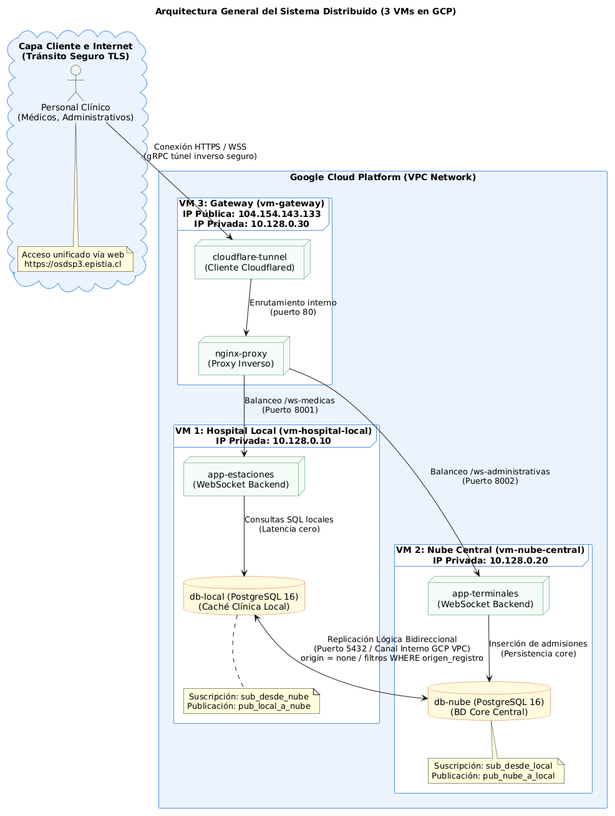
Before: Docs/arquitectura/arquitecturaV2.png, a diagram exported from PlantUML (maruzs/Proyecto-OSDS).
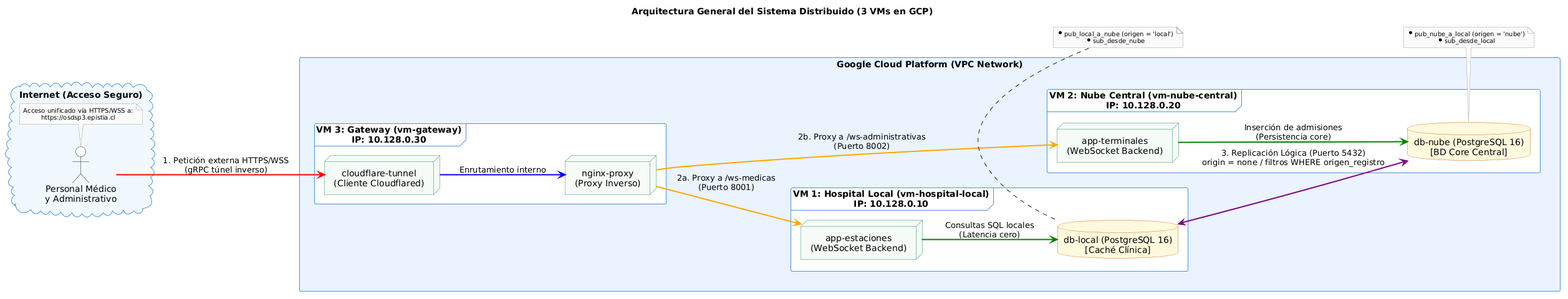
After the change.

Commit message:
Mejorar legibilidad del diagrama PlantUML: flujo de izquierda a derecha y pasos numerados

What changed in the source:
```diff
@@ -14,60 +14,72 @@
 skinparam node {
     BorderColor #2E8B57
     BackgroundColor #F4FBF7
+    FontName Arial
 }
 
 skinparam database {
     BorderColor #D2691E
     BackgroundColor #FFF8DC
+    FontName Arial
 }
 
-cloud "Capa Cliente e Internet\n(Tránsito Seguro TLS)" as INTERNET {
-    actor "Personal Clínico\n(Médicos, Administrativos)" as CLIENT
+skinparam note {
+    BorderColor #A0A0A0
+    BackgroundColor #FAFAFA
+    FontName Arial
+    FontSize 10
+}
 
+left to right direction
+
+cloud "Internet (Acceso Seguro)" as CAPA_CLIENTE #F0F9FF {
+    actor "Personal Médico\ny Administrativo" as CLIENT #FFFFFF
     note bottom of CLIENT
-        Acceso unificado vía web
+        Acceso unificado vía HTTPS/WSS a:
         https://osdsp3.epistia.cl
     end note
 }
 
 package "Google Cloud Platform (VPC Network)" as GCP #EAF3FF {
 
-    frame "VM 3: Gateway (vm-gateway)\nIP Pública: 104.154.143.133\nIP Privada: 10.128.0.30" as VM3 #FFFFFF {
-        node "nginx-proxy\n(Proxy Inverso)" as NGINX
-        node "cloudflare-tunnel\n(Cliente Cloudflared)" as TUNNEL
+    frame "VM 3: Gateway (vm-gateway)\nIP: 10.128.0.30" as VM3 #FFFFFF {
+        node "nginx-proxy\n(Proxy Inverso)" as NGINX #F4FBF7
+        node "cloudflare-tunnel\n(Cliente Cloudflared)" as TUNNEL #F4FBF7
 
-        TUNNEL --> NGINX : Enrutamiento interno\n(puerto 80)
+        TUNNEL -[#blue,bold]-> NGINX : Enrutamiento interno
     }
 
-    frame "VM 1: Hospital Local (vm-hospital-local)\nIP Privada: 10.128.0.10" as VM1 #FFFFFF {
-        node "app-estaciones\n(WebSocket Backend)" as ESTACIONES
-        database "db-local (PostgreSQL 16)\n(Caché Clínica Local)" as DBLOCAL
+    together {
+        frame "VM 1: Hospital Local (vm-hospital-local)\nIP: 10.128.0.10" as VM1 #FFFFFF {
+            node "app-estaciones\n(WebSocket Backend)" as ESTACIONES #F4FBF7
+            database "db-local (PostgreSQL 16)\n[Caché Clínica]" as DBLOCAL
 
-        ESTACIONES --> DBLOCAL : Consultas SQL locales\n(Latencia cero)
+            ESTACIONES -[#green,bold]-> DBLOCAL : Consultas SQL locales\n(Latencia cero)
+        }
 
-        note bottom of DBLOCAL
-            Suscripción: sub_desde_nube
-            Publicación: pub_local_a_nube
-        end note
-    }
+        frame "VM 2: Nube Central (vm-nube-central)\nIP: 10.128.0.20" as VM2 #FFFFFF {
+            node "app-terminales\n(WebSocket Backend)" as TERMINALES #F4FBF7
+            database "db-nube (PostgreSQL 16)\n[BD Core Central]" as DBNUBE
 
-    frame "VM 2: Nube Central (vm-nube-central)\nIP Privada: 10.128.0.20" as VM2 #FFFFFF {
-        node "app-terminales\n(WebSocket Backend)" as TERMINALES
-        database "db-nube (PostgreSQL 16)\n(BD Core Central)" as DBNUBE
-
-        TERMINALES --> DBNUBE : Inserción de admisiones\n(Persistencia core)
-
-        note bottom of DBNUBE
-            Suscripción: sub_desde_local
-            Publicación: pub_nube_a_local
-        end note
+            TERMINALES -[#green,bold]-> DBNUBE : Inserción de admisiones\n(Persistencia core)
+        }
     }
 }
 
-CLIENT --> TUNNEL : Conexión HTTPS / WSS\n(gRPC túnel inverso seguro)
+CLIENT -[#red,bold]-> TUNNEL : 1. Petición externa HTTPS/WSS\n(gRPC túnel inverso)
 
-NGINX --> ESTACIONES : Balanceo /ws-medicas\n(Puerto 8001)
-NGINX --> TERMINALES : Balanceo /ws-administrativas\n(Puerto 8002)
+NGINX -[#orange,bold]-> ESTACIONES : 2a. Proxy a /ws-medicas\n(Puerto 8001)
+NGINX -[#orange,bold]-> TERMINALES : 2b. Proxy a /ws-administrativas\n(Puerto 8002)
 
-DBLOCAL <--> DBNUBE : Replicación Lógica Bidireccional\n(Puerto 5432 / Canal Interno GCP VPC)\norigin = none / filtros WHERE origen_registro
+DBLOCAL <.[#purple,bold].> DBNUBE : 3. Replicación Lógica (Puerto 5432)\norigin = none / filtros WHERE origen_registro
+
+note top of DBLOCAL
+  * pub_local_a_nube (origen = 'local')
+  * sub_desde_nube
+end note
+
+note bottom of DBNUBE
+  * pub_nube_a_local (origen = 'nube')
+  * sub_desde_local
+end note
 @enduml
```
